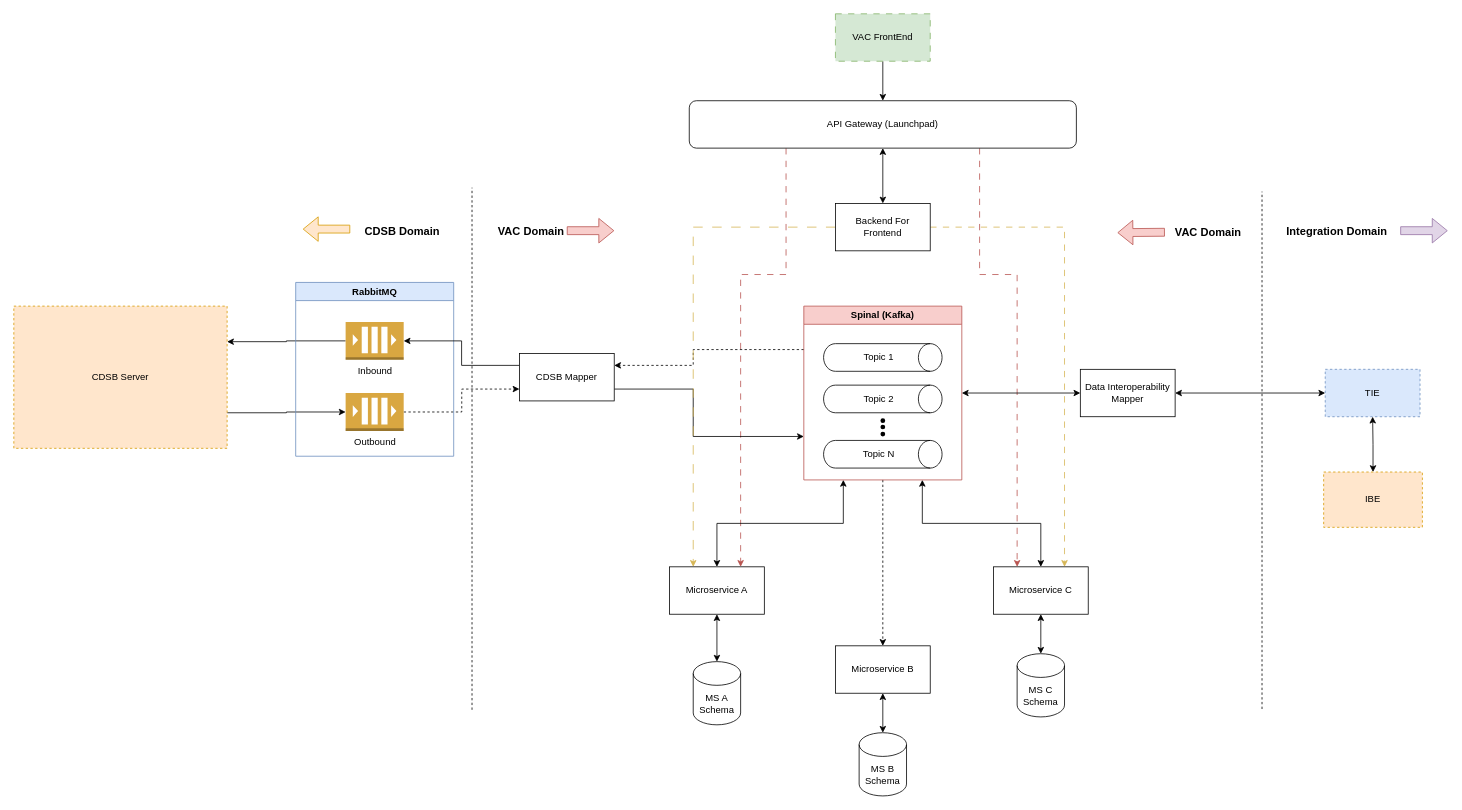
The draw.io diagram VAC NextGen.drawio in ez-philips/draw_io_diagrams, before the edit. Source tidied: cells renumbered, new cells numbered last; positions are measured from the earlier drawing's top-left corner, leaving out a move shared by most shapes. Both pictures are drawn from the tidied source at 79%, with x=0, y=0 at pixel (13, 13).
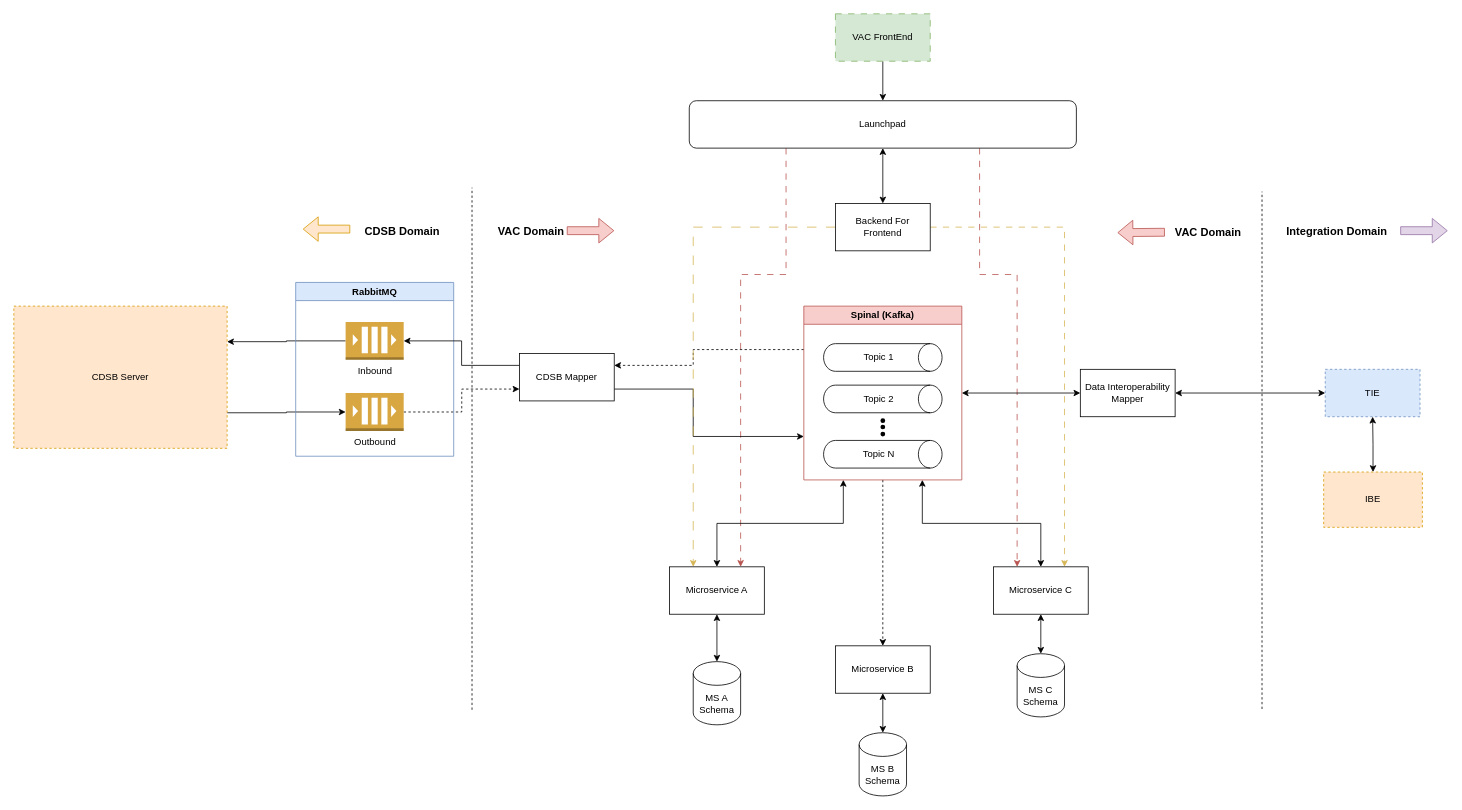
After the change.

The edit, as a diff of the source:
```diff
@@
-    <mxCell id="7" value="API Gateway (Launchpad)" style="rounded=1;whiteSpace=wrap;html=1;" parent="1" vertex="1">
+    <mxCell id="7" value="Launchpad" style="rounded=1;whiteSpace=wrap;html=1;" parent="1" vertex="1">
       <mxGeometry x="855" y="110" width="490" height="60" as="geometry" />
     </mxCell>
```
